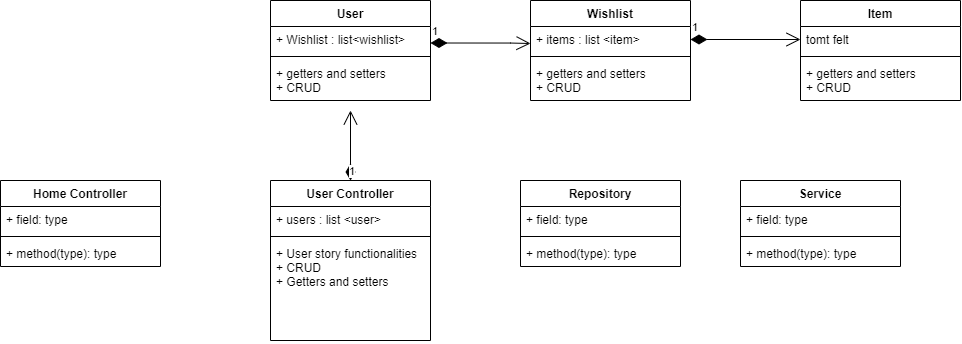
Earlier version of the draw.io export src/main/resources/static/Diagrams/ClassDiagram.png (kasperkhansen/Projekt2_gruppe7). Source tidied: cells renumbered, new cells last; positions are measured from the earlier drawing's top-left corner, leaving out a move shared by most shapes.
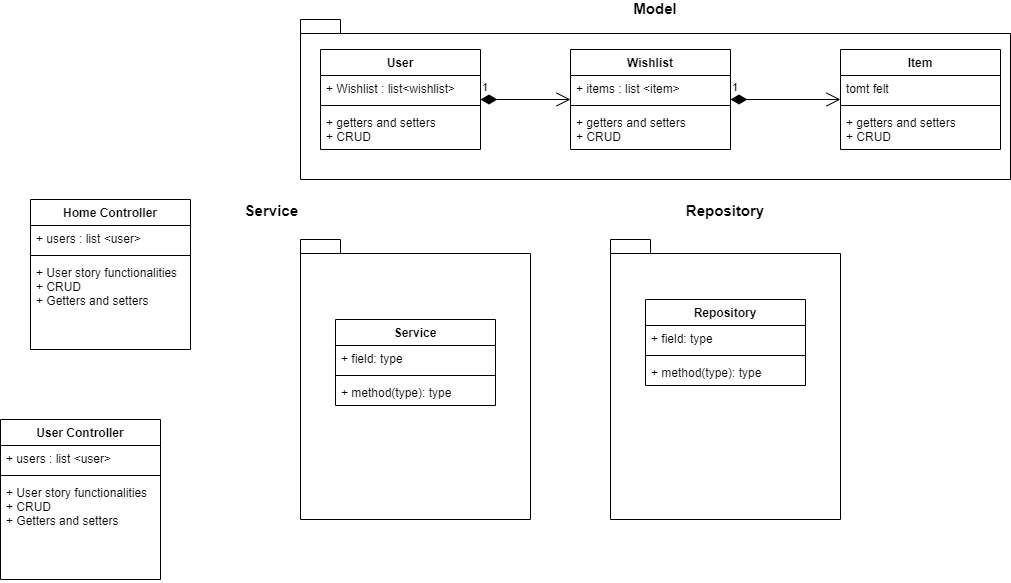
Above is the later version.

Commit message:
Created Friends table, refactored database schema and updated corresponding code references

The edit, as a diff of the source:
```diff
@@ -2,8 +2,17 @@
   <root>
     <mxCell id="0" />
     <mxCell id="1" parent="0" />
+    <mxCell id="33" value="Repository&#10;" style="shape=folder;fontStyle=1;spacingTop=1;tabWidth=40;tabHeight=14;tabPosition=left;labelPosition=center;verticalLabelPosition=top;align=center;verticalAlign=bottom;fontSize=15;" parent="1" vertex="1">
+      <mxGeometry x="580" y="200" width="230" height="280" as="geometry" />
+    </mxCell>
+    <mxCell id="34" value="Service&#10;" style="shape=folder;fontStyle=1;spacingTop=1;tabWidth=40;tabHeight=14;tabPosition=left;labelPosition=left;verticalLabelPosition=top;align=right;verticalAlign=bottom;fontSize=15;" parent="1" vertex="1">
+      <mxGeometry x="270" y="200" width="230" height="280" as="geometry" />
+    </mxCell>
+    <mxCell id="35" value="Model" style="shape=folder;fontStyle=1;spacingTop=1;tabWidth=40;tabHeight=14;tabPosition=left;labelPosition=center;verticalLabelPosition=top;align=center;verticalAlign=bottom;fontSize=15;" parent="1" vertex="1">
+      <mxGeometry x="270" y="-20" width="710" height="160" as="geometry" />
+    </mxCell>
     <mxCell id="2" value="User" style="swimlane;fontStyle=1;align=center;verticalAlign=top;horizontal=1;startSize=26;" parent="1" vertex="1">
-      <mxGeometry x="270" width="160" height="100" as="geometry" />
+      <mxGeometry x="290" y="10" width="160" height="100" as="geometry" />
     </mxCell>
     <mxCell id="3" value="+ Wishlist : list&lt;wishlist&gt;" style="text;strokeColor=none;fillColor=none;align=left;verticalAlign=top;spacingLeft=4;spacingRight=4;overflow=hidden;" parent="2" vertex="1">
       <mxGeometry y="26" width="160" height="26" as="geometry" />
@@ -15,7 +24,7 @@
       <mxGeometry y="60" width="160" height="40" as="geometry" />
     </mxCell>
     <mxCell id="6" value="Wishlist" style="swimlane;fontStyle=1;align=center;verticalAlign=top;horizontal=1;startSize=26;" parent="1" vertex="1">
-      <mxGeometry x="530" width="160" height="100" as="geometry" />
+      <mxGeometry x="540" y="10" width="160" height="100" as="geometry" />
     </mxCell>
     <mxCell id="7" value="+ items : list &lt;item&gt;" style="text;strokeColor=none;fillColor=none;align=left;verticalAlign=top;spacingLeft=4;spacingRight=4;overflow=hidden;points=[[0,0.5],[1,0.5]];portConstraint=eastwest;" parent="6" vertex="1">
       <mxGeometry y="26" width="160" height="26" as="geometry" />
@@ -27,7 +36,7 @@
       <mxGeometry y="60" width="160" height="40" as="geometry" />
     </mxCell>
     <mxCell id="10" value="Item" style="swimlane;fontStyle=1;align=center;verticalAlign=top;horizontal=1;startSize=26;" parent="1" vertex="1">
-      <mxGeometry x="800" width="160" height="100" as="geometry" />
+      <mxGeometry x="810" y="10" width="160" height="100" as="geometry" />
     </mxCell>
     <mxCell id="11" value="tomt felt" style="text;strokeColor=none;fillColor=none;align=left;verticalAlign=top;spacingLeft=4;spacingRight=4;overflow=hidden;points=[[0,0.5],[1,0.5]];portConstraint=eastwest;" parent="10" vertex="1">
       <mxGeometry y="26" width="160" height="26" as="geometry" />
@@ -38,21 +47,14 @@
     <mxCell id="13" value="+ getters and setters&#10;+ CRUD" style="text;strokeColor=none;fillColor=none;align=left;verticalAlign=top;spacingLeft=4;spacingRight=4;overflow=hidden;" parent="10" vertex="1">
       <mxGeometry y="60" width="160" height="40" as="geometry" />
     </mxCell>
-    <mxCell id="14" value="1" style="endArrow=open;html=1;endSize=12;startArrow=diamondThin;startSize=14;startFill=1;edgeStyle=orthogonalEdgeStyle;align=left;verticalAlign=bottom;rounded=0;exitX=1;exitY=0.5;exitDx=0;exitDy=0;entryX=0;entryY=0.5;entryDx=0;entryDy=0;" parent="1" edge="1" source="7" target="11">
+    <mxCell id="14" value="1" style="endArrow=open;html=1;endSize=12;startArrow=diamondThin;startSize=14;startFill=1;edgeStyle=orthogonalEdgeStyle;align=left;verticalAlign=bottom;rounded=0;" parent="1" edge="1" source="6" target="10">
       <mxGeometry x="-1" y="3" relative="1" as="geometry" />
     </mxCell>
-    <mxCell id="15" value="1" style="endArrow=open;html=1;endSize=12;startArrow=diamondThin;startSize=14;startFill=1;edgeStyle=orthogonalEdgeStyle;align=left;verticalAlign=bottom;rounded=0;" parent="1" edge="1">
-      <mxGeometry x="-1" y="3" relative="1" as="geometry">
-        <mxPoint x="430" y="42.5" as="sourcePoint" />
-        <mxPoint x="530" y="43" as="targetPoint" />
-        <Array as="points">
-          <mxPoint x="510" y="43" />
-          <mxPoint x="510" y="43" />
-        </Array>
-      </mxGeometry>
+    <mxCell id="15" value="1" style="endArrow=open;html=1;endSize=12;startArrow=diamondThin;startSize=14;startFill=1;edgeStyle=orthogonalEdgeStyle;align=left;verticalAlign=bottom;rounded=0;" parent="1" edge="1" source="2" target="6">
+      <mxGeometry x="-1" y="3" relative="1" as="geometry" />
     </mxCell>
     <mxCell id="16" value="User Controller" style="swimlane;fontStyle=1;align=center;verticalAlign=top;horizontal=1;startSize=26;" parent="1" vertex="1">
-      <mxGeometry x="270" y="180" width="160" height="160" as="geometry" />
+      <mxGeometry x="-30" y="380" width="160" height="160" as="geometry" />
     </mxCell>
     <mxCell id="17" value="+ users : list &lt;user&gt;" style="text;strokeColor=none;fillColor=none;align=left;verticalAlign=top;spacingLeft=4;spacingRight=4;overflow=hidden;" parent="16" vertex="1">
       <mxGeometry y="26" width="160" height="26" as="geometry" />
@@ -63,25 +65,20 @@
     <mxCell id="19" value="+ User story functionalities&#10;+ CRUD&#10;+ Getters and setters " style="text;strokeColor=none;fillColor=none;align=left;verticalAlign=top;spacingLeft=4;spacingRight=4;overflow=hidden;" parent="16" vertex="1">
       <mxGeometry y="60" width="160" height="100" as="geometry" />
     </mxCell>
-    <mxCell id="20" value="1" style="endArrow=open;html=1;endSize=12;startArrow=diamondThin;startSize=14;startFill=1;edgeStyle=orthogonalEdgeStyle;align=left;verticalAlign=bottom;rounded=0;exitX=0.5;exitY=0;exitDx=0;exitDy=0;" parent="1" edge="1" source="16">
-      <mxGeometry x="-1" y="3" relative="1" as="geometry">
-        <mxPoint x="350" y="110" as="targetPoint" />
-      </mxGeometry>
-    </mxCell>
     <mxCell id="21" value="Home Controller" style="swimlane;fontStyle=1;align=center;verticalAlign=top;horizontal=1;startSize=26;" parent="1" vertex="1">
-      <mxGeometry y="180" width="160" height="86" as="geometry" />
+      <mxGeometry y="160" width="160" height="150" as="geometry" />
     </mxCell>
-    <mxCell id="22" value="+ field: type" style="text;strokeColor=none;fillColor=none;align=left;verticalAlign=top;spacingLeft=4;spacingRight=4;overflow=hidden;" parent="21" vertex="1">
+    <mxCell id="22" value="+ users : list &lt;user&gt;" style="text;strokeColor=none;fillColor=none;align=left;verticalAlign=top;spacingLeft=4;spacingRight=4;overflow=hidden;" parent="21" vertex="1">
       <mxGeometry y="26" width="160" height="26" as="geometry" />
     </mxCell>
     <mxCell id="23" style="line;strokeWidth=1;fillColor=none;align=left;verticalAlign=middle;spacingTop=-1;spacingLeft=3;spacingRight=3;labelPosition=right;strokeColor=inherit;" parent="21" vertex="1">
       <mxGeometry y="52" width="160" height="8" as="geometry" />
     </mxCell>
-    <mxCell id="24" value="+ method(type): type" style="text;strokeColor=none;fillColor=none;align=left;verticalAlign=top;spacingLeft=4;spacingRight=4;overflow=hidden;" parent="21" vertex="1">
-      <mxGeometry y="60" width="160" height="26" as="geometry" />
+    <mxCell id="24" value="+ User story functionalities&#10;+ CRUD&#10;+ Getters and setters " style="text;strokeColor=none;fillColor=none;align=left;verticalAlign=top;spacingLeft=4;spacingRight=4;overflow=hidden;" parent="21" vertex="1">
+      <mxGeometry y="60" width="160" height="90" as="geometry" />
     </mxCell>
     <mxCell id="25" value="Repository" style="swimlane;fontStyle=1;align=center;verticalAlign=top;horizontal=1;startSize=26;" parent="1" vertex="1">
-      <mxGeometry x="520" y="180" width="160" height="86" as="geometry" />
+      <mxGeometry x="615" y="260" width="160" height="86" as="geometry" />
     </mxCell>
     <mxCell id="26" value="+ field: type" style="text;strokeColor=none;fillColor=none;align=left;verticalAlign=top;spacingLeft=4;spacingRight=4;overflow=hidden;" parent="25" vertex="1">
       <mxGeometry y="26" width="160" height="26" as="geometry" />
@@ -93,7 +90,7 @@
       <mxGeometry y="60" width="160" height="26" as="geometry" />
     </mxCell>
     <mxCell id="29" value="Service" style="swimlane;fontStyle=1;align=center;verticalAlign=top;horizontal=1;startSize=26;" parent="1" vertex="1">
-      <mxGeometry x="740" y="180" width="160" height="86" as="geometry" />
+      <mxGeometry x="305" y="280" width="160" height="86" as="geometry" />
     </mxCell>
     <mxCell id="30" value="+ field: type" style="text;strokeColor=none;fillColor=none;align=left;verticalAlign=top;spacingLeft=4;spacingRight=4;overflow=hidden;" parent="29" vertex="1">
       <mxGeometry y="26" width="160" height="26" as="geometry" />
```
